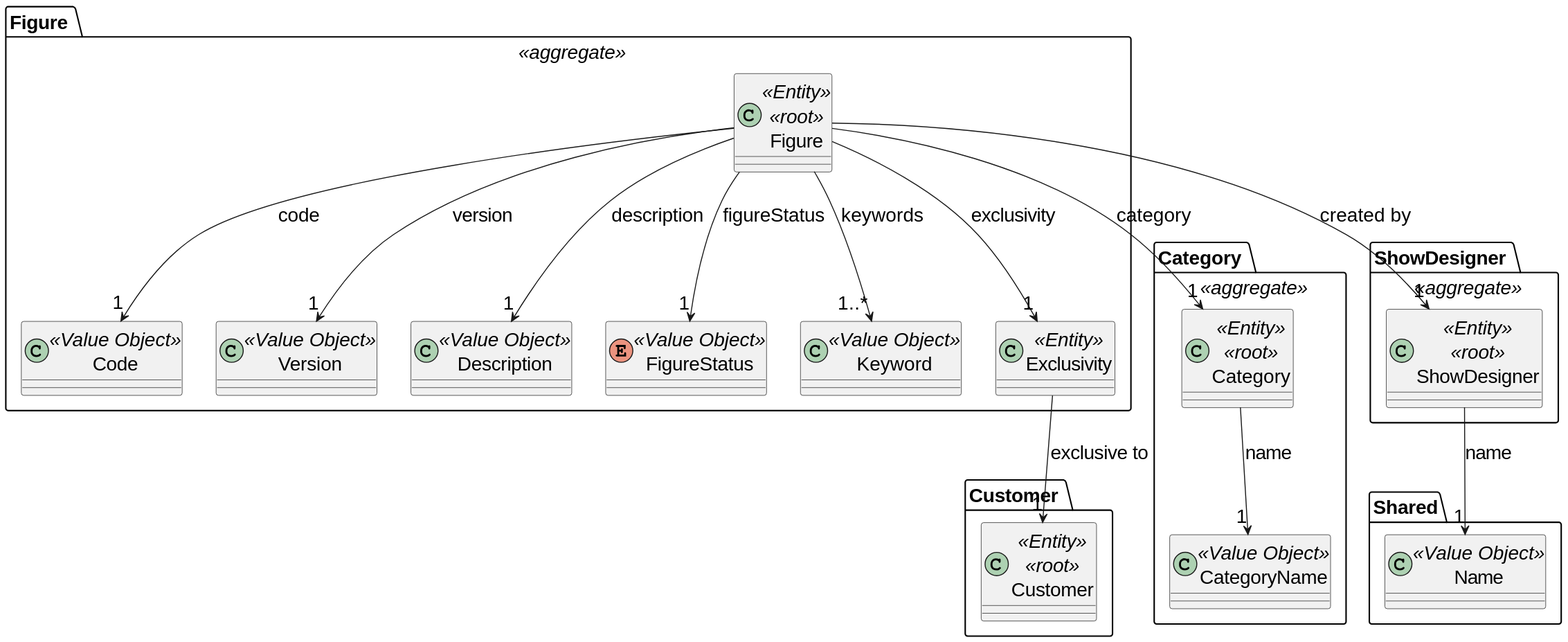
Above: docs/SPRINT_2/US231/images/domain_model_us231.svg in diogoveirospro/sem4pi-2024-2025-sem4pi_2024_2025_g44 (PlantUML), before the change.
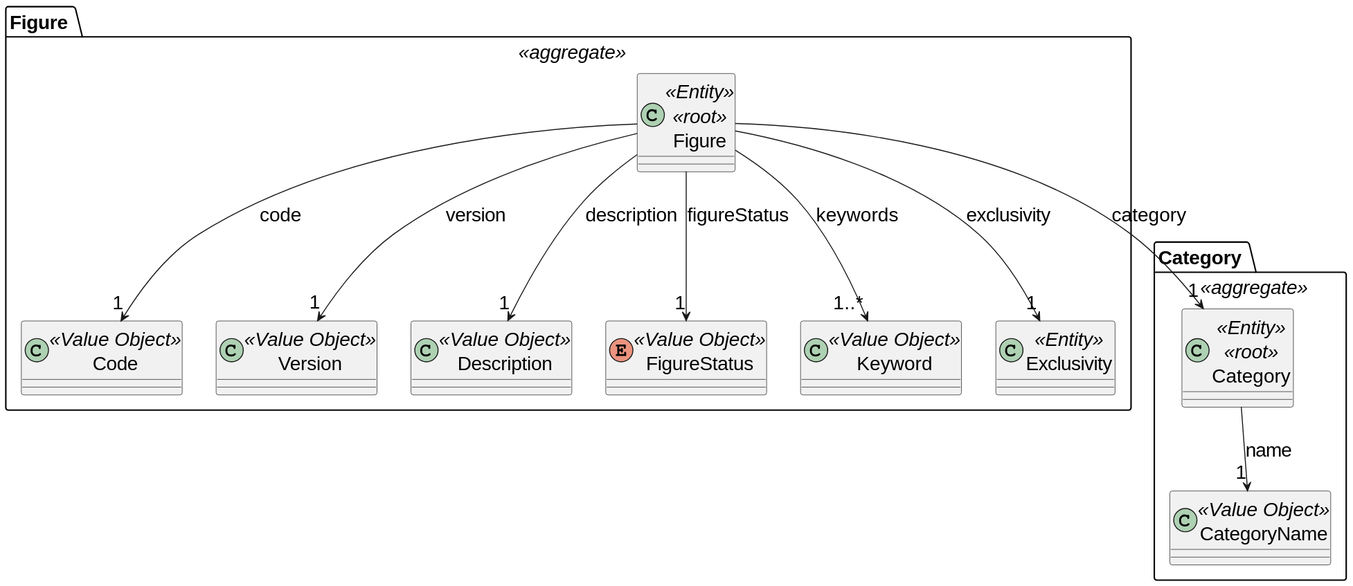
Later version of the same file.

The edit, as a diff of the source:
```diff
@@ -1,11 +1,5 @@
 @startuml
 skinparamlocked defaultFontSize 20
-
-package "Customer " {
-
-    class Customer <<Entity>> <<root>>{
-    }
-}
 
 package "Figure " <<aggregate>> {
 
@@ -37,8 +31,6 @@
     Figure --> "1" Version: version
     Figure --> "1" Description: description
     Figure --> "1" FigureStatus: figureStatus
-
-    Exclusivity --> "1" Customer: exclusive to
 }
 
 package "Category " <<aggregate>>{
@@ -53,20 +45,4 @@
 
     Figure --> "1" Category: category
 }
-
-package "ShowDesigner " <<aggregate>>{
-
-    class ShowDesigner <<Entity>> <<root>>{
-    }
-
-    Figure --> "1" ShowDesigner: created by
-}
-
-package Shared {
-
-    class Name <<Value Object>>{
-    }
-
-    ShowDesigner --> "1" Name: name
-}
 @enduml
```
